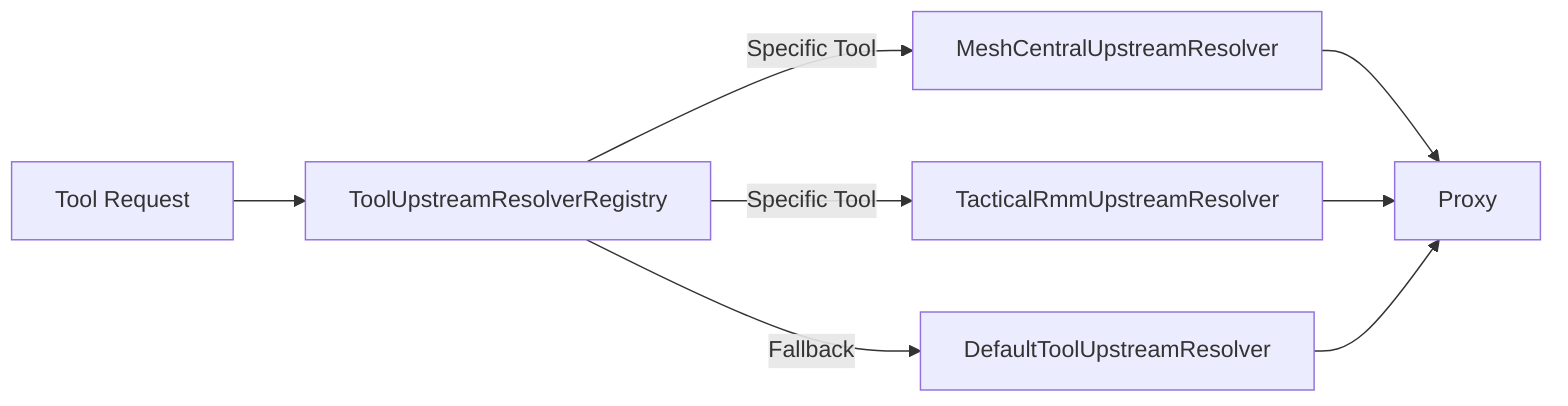
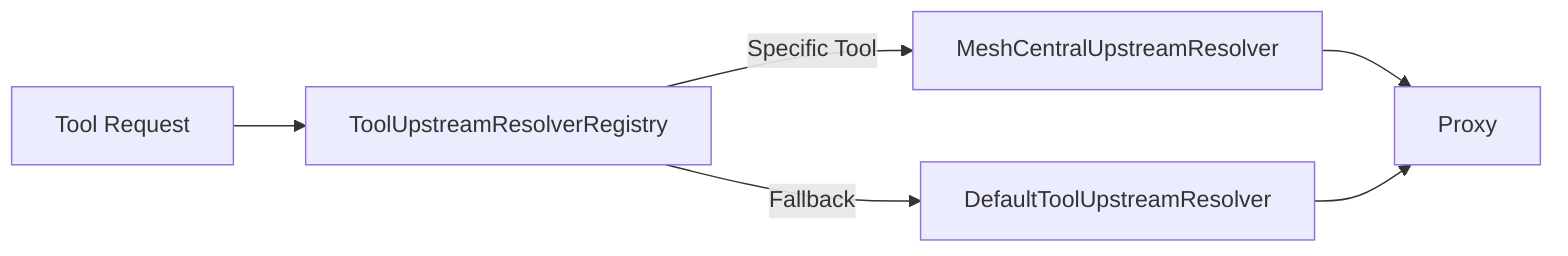
flowchart LR
    Request["Tool Request"] --> Registry["ToolUpstreamResolverRegistry"]
    Registry -->|Specific Tool| Mesh["MeshCentralUpstreamResolver"]
-     Registry -->|Specific Tool| Tactical["TacticalRmmUpstreamResolver"]
    Registry -->|Fallback| Default["DefaultToolUpstreamResolver"]
    Mesh --> Proxy
-     Tactical --> Proxy
    Default --> Proxy
